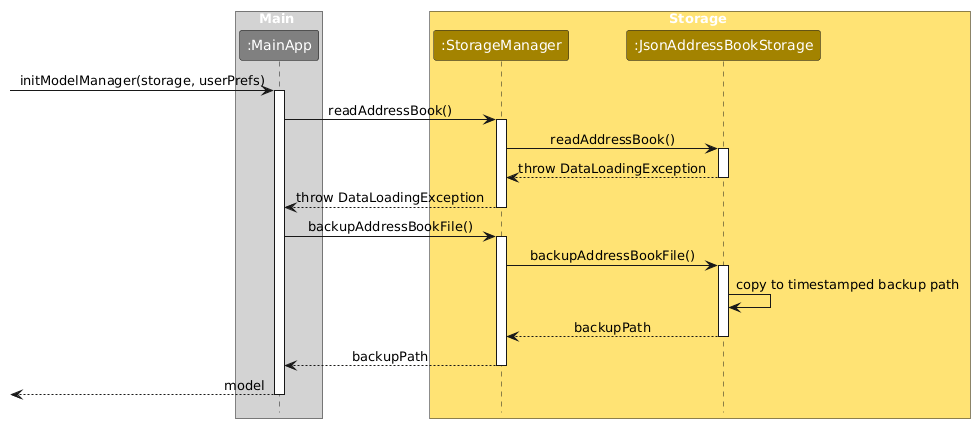
This is docs/images/BackupCorruptedFileSequenceDiagram.png from AY2627S1-CS2103T-F11-1/tp, a PlantUML export, as it was before one commit.
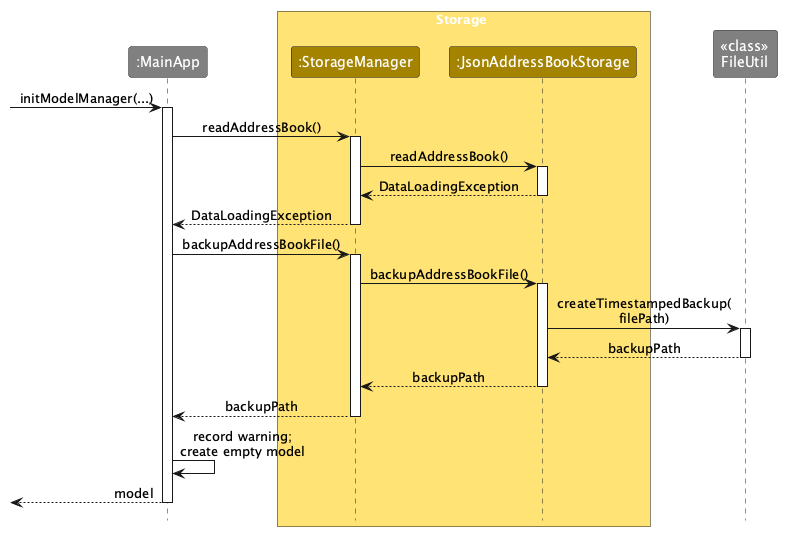
The same file after the commit.

What changed in the source:
```diff
@@ -1,117 +1,36 @@
 @startuml
+!include style.puml
+skinparam ArrowFontStyle plain
+participant ":MainApp" as Main #grey
+box Storage STORAGE_COLOR_T1
+participant ":StorageManager" as Storage STORAGE_COLOR
+participant ":JsonAddressBookStorage" as JsonStorage STORAGE_COLOR
+end box
+participant "<<class>>\nFileUtil" as Files #grey
 
-
-
-!define UI_COLOR #1D8900
-!define UI_COLOR_T1 #83E769
-!define UI_COLOR_T2 #3FC71B
-!define UI_COLOR_T3 #166800
-!define UI_COLOR_T4 #0E4100
-
-!define LOGIC_COLOR #3333C4
-!define LOGIC_COLOR_T1 #C8C8FA
-!define LOGIC_COLOR_T2 #6A6ADC
-!define LOGIC_COLOR_T3 #1616B0
-!define LOGIC_COLOR_T4 #101086
-
-!define MODEL_COLOR #9D0012
-!define MODEL_COLOR_T1 #F97181
-!define MODEL_COLOR_T2 #E41F36
-!define MODEL_COLOR_T3 #7B000E
-!define MODEL_COLOR_T4 #51000A
-
-!define STORAGE_COLOR #A38300
-!define STORAGE_COLOR_T1 #FFE374
-!define STORAGE_COLOR_T2 #EDC520
-!define STORAGE_COLOR_T3 #806600
-!define STORAGE_COLOR_T2 #544400
-
-!define USER_COLOR #000000
-
-skinparam Package {
-    BackgroundColor #FFFFFF
-    BorderThickness 1
-    FontSize 16
-}
-
-skinparam Class {
-    FontColor #FFFFFF
-    FontSize 15
-    BorderThickness 1
-    BorderColor #FFFFFF
-    StereotypeFontColor #FFFFFF
-    FontName Arial
-}
-
-skinparam Actor {
-    BorderColor USER_COLOR
-    Color USER_COLOR
-    FontName Arial
-}
-
-skinparam Sequence {
-    MessageAlign center
-    BoxFontSize 15
-    BoxPadding 0
-    BoxFontColor #FFFFFF
-    FontName Arial
-}
-
-skinparam Participant {
-    FontColor #FFFFFFF
-    Padding 20
-}
-
-skinparam ArrowFontStyle bold
-skinparam MinClassWidth 50
-skinparam Shadowing false
-skinparam DefaultTextAlignment center
-skinparam packageStyle Rectangle
-
-hide footbox
-hide members
-hide circle
-
-skinparam ArrowFontStyle plain
-
-box Main #lightgrey
-participant ":MainApp" as MainApp #grey
-end box
-
-box Storage STORAGE_COLOR_T1
-participant ":StorageManager" as StorageManager STORAGE_COLOR
-participant ":JsonAddressBookStorage" as JsonAddressBookStorage STORAGE_COLOR
-end box
-
-[-> MainApp : initModelManager(storage, userPrefs)
-activate MainApp
-
-MainApp -> StorageManager : readAddressBook()
-activate StorageManager
-
-StorageManager -> JsonAddressBookStorage : readAddressBook()
-activate JsonAddressBookStorage
-
-JsonAddressBookStorage --> StorageManager : throw DataLoadingException
-deactivate JsonAddressBookStorage
-
-StorageManager --> MainApp : throw DataLoadingException
-deactivate StorageManager
-
-MainApp -> StorageManager : backupAddressBookFile()
-activate StorageManager
-
-StorageManager -> JsonAddressBookStorage : backupAddressBookFile()
-activate JsonAddressBookStorage
-
-JsonAddressBookStorage -> JsonAddressBookStorage : copy to timestamped backup path
-
-JsonAddressBookStorage --> StorageManager : backupPath
-deactivate JsonAddressBookStorage
-
-StorageManager --> MainApp : backupPath
-deactivate StorageManager
-
-[<-- MainApp : model
-deactivate MainApp
+[-> Main : initModelManager(...)
+activate Main
+Main -> Storage : readAddressBook()
+activate Storage
+Storage -> JsonStorage : readAddressBook()
+activate JsonStorage
+JsonStorage --> Storage : DataLoadingException
+deactivate JsonStorage
+Storage --> Main : DataLoadingException
+deactivate Storage
+Main -> Storage : backupAddressBookFile()
+activate Storage
+Storage -> JsonStorage : backupAddressBookFile()
+activate JsonStorage
+JsonStorage -> Files : createTimestampedBackup(\nfilePath)
+activate Files
+Files --> JsonStorage : backupPath
+deactivate Files
+JsonStorage --> Storage : backupPath
+deactivate JsonStorage
+Storage --> Main : backupPath
+deactivate Storage
+Main -> Main : record warning;\ncreate empty model
+[<-- Main : model
+deactivate Main
 @enduml
```
